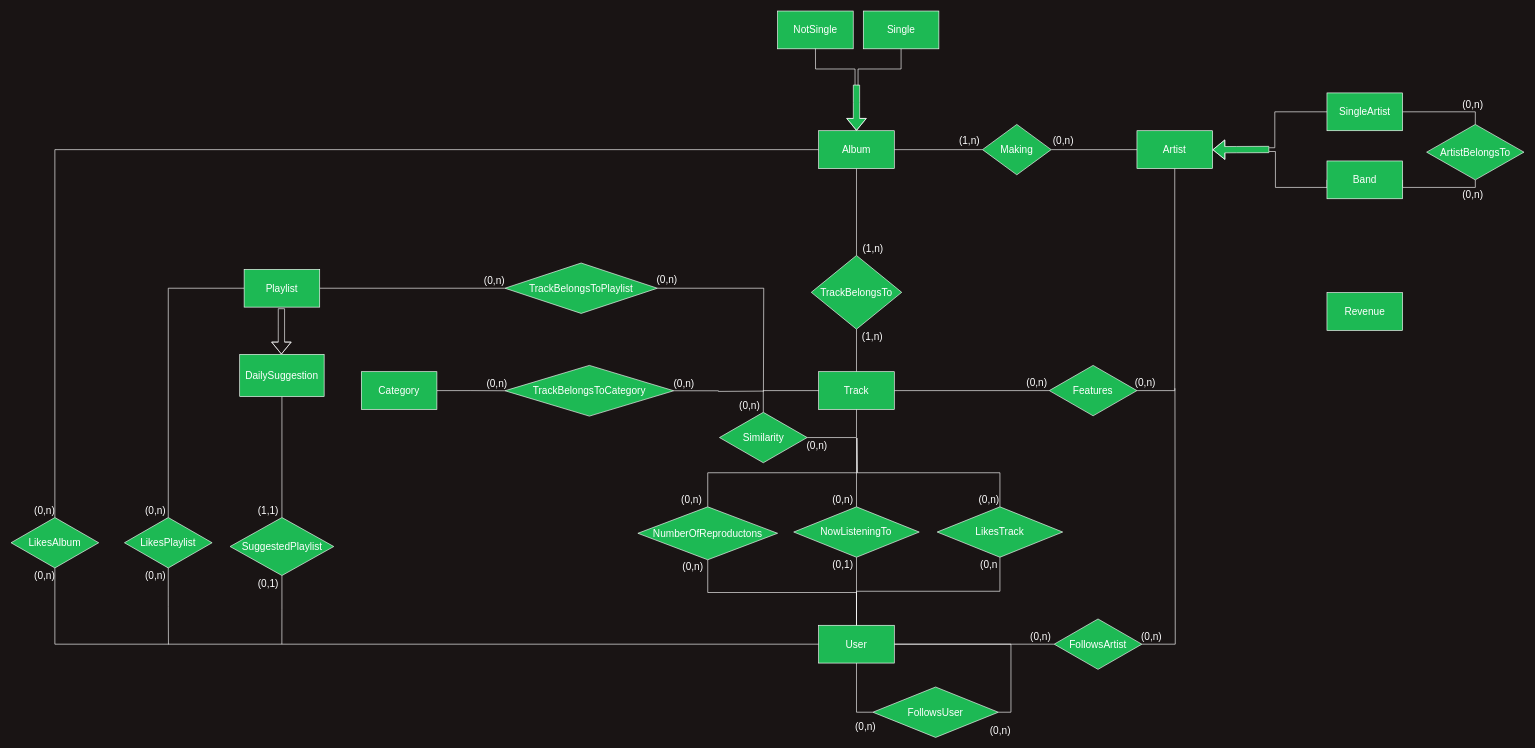
Above: Documentazione/ER.drawio in gabrycina/spotify-clone (draw.io), before the change. Source tidied: cells renumbered, new cells numbered last; positions are measured from the earlier drawing's top-left corner, leaving out a move shared by most shapes. Both pictures are drawn from the tidied source at 63%, with x=0, y=0 at pixel (11, 11).
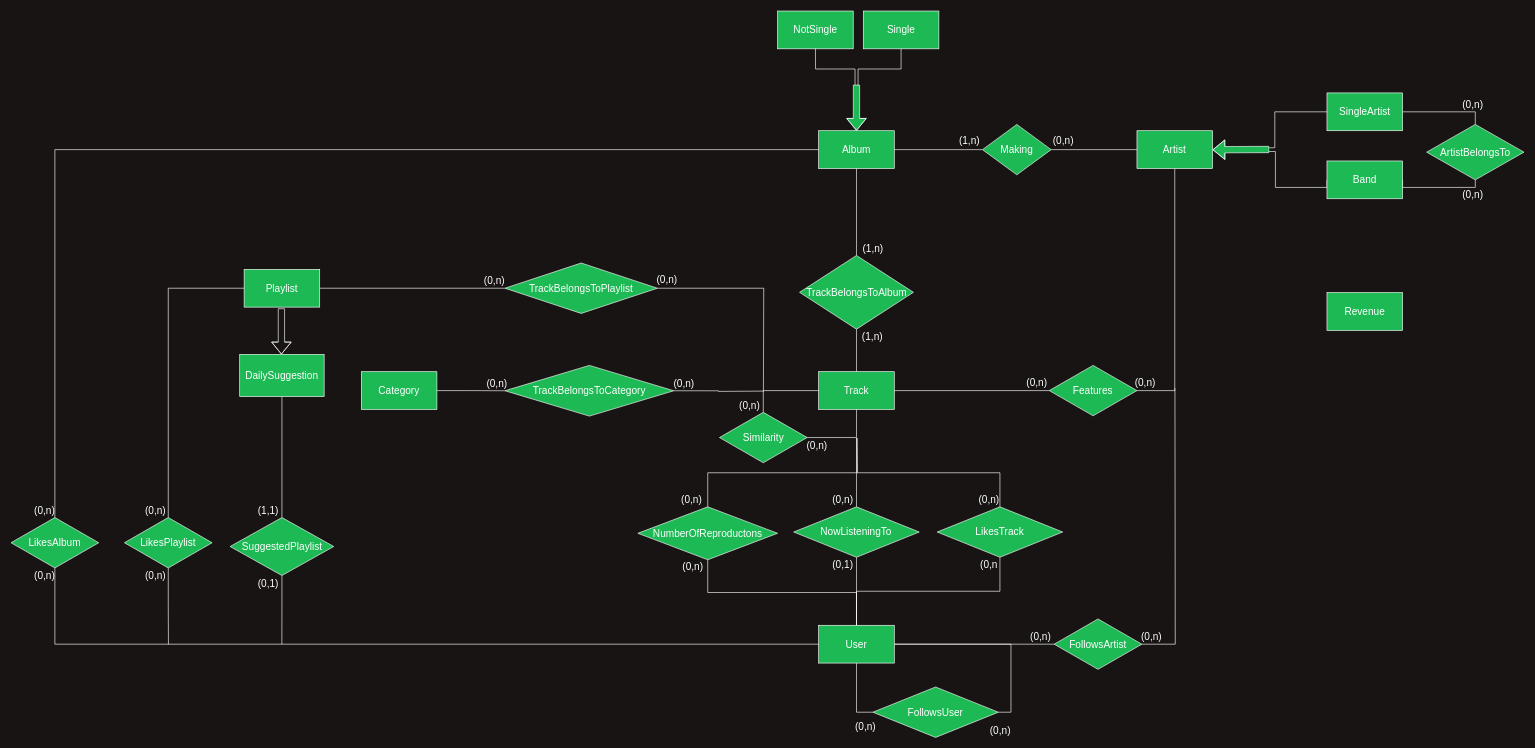
Above is the later version.

What changed in the source:
```diff
@@
-    <mxCell id="30" value="TrackBelongsTo" style="rhombus;whiteSpace=wrap;html=1;shadow=0;fontSize=16;fontColor=#FFFFFF;strokeColor=#FFFFFF;fillColor=#1DB954;gradientColor=none;" parent="1" vertex="1">
-      <mxGeometry x="1270.2" y="388" width="143.6" height="117" as="geometry" />
+    <mxCell id="30" value="TrackBelongsToAlbum" style="rhombus;whiteSpace=wrap;html=1;shadow=0;fontSize=16;fontColor=#FFFFFF;strokeColor=#FFFFFF;fillColor=#1DB954;gradientColor=none;" parent="1" vertex="1">
+      <mxGeometry x="1251.6" y="388" width="180.8" height="117" as="geometry" />
     </mxCell>
```
